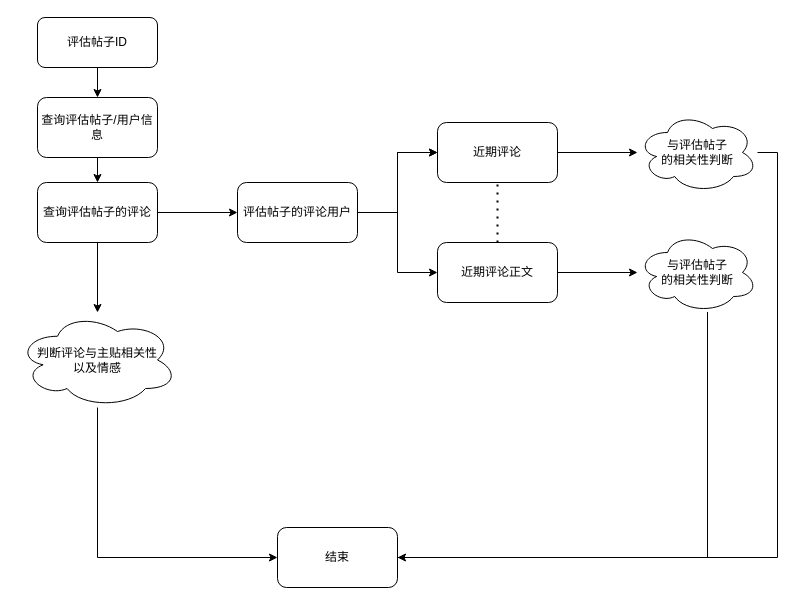
LLwill/drow.io keeps this draw.io diagram as file/Untitled Diagram.drawio. Above is the earlier version. Source tidied: cells renumbered, new cells numbered last; positions are measured from the earlier drawing's top-left corner, leaving out a move shared by most shapes. Both pictures are drawn from the tidied source at 100%, with x=0, y=0 at pixel (17, 17).
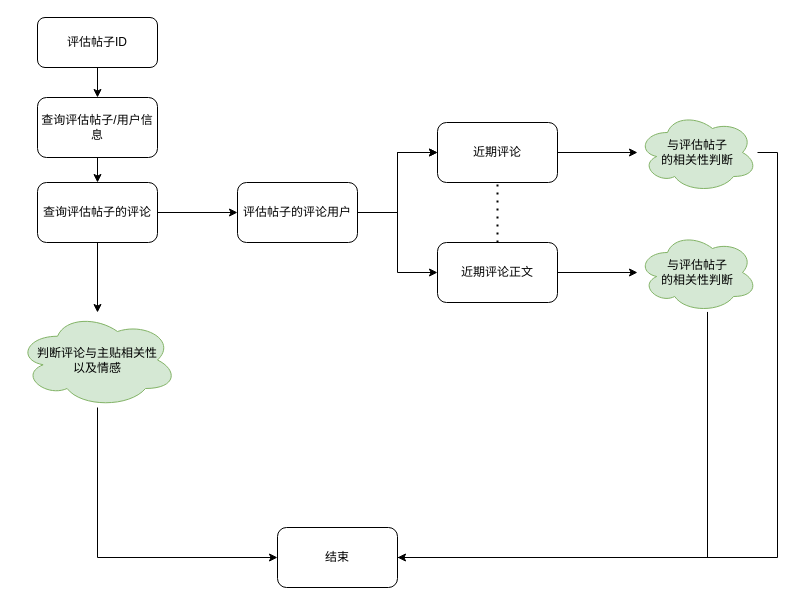
The same diagram, later.

What changed in the source:
```diff
@@
-    <mxCell id="8" value="判断评论与主贴相关性&lt;br&gt;以及情感" style="ellipse;shape=cloud;whiteSpace=wrap;html=1;rounded=1;" parent="1" vertex="1">
+    <mxCell id="8" value="判断评论与主贴相关性&lt;br&gt;以及情感" style="ellipse;shape=cloud;whiteSpace=wrap;html=1;rounded=1;fillColor=#d5e8d4;strokeColor=#82b366;" parent="1" vertex="1">
       <mxGeometry y="295" width="160" height="95" as="geometry" />
     </mxCell>
@@
-    <mxCell id="18" value="与评估帖子&lt;br&gt;的相关性判断" style="ellipse;shape=cloud;whiteSpace=wrap;html=1;rounded=1;" parent="1" vertex="1">
+    <mxCell id="18" value="与评估帖子&lt;br&gt;的相关性判断" style="ellipse;shape=cloud;whiteSpace=wrap;html=1;rounded=1;fillColor=#d5e8d4;strokeColor=#82b366;" parent="1" vertex="1">
       <mxGeometry x="620" y="95" width="120" height="80" as="geometry" />
     </mxCell>
@@
-    <mxCell id="21" value="与评估帖子&lt;br style=&quot;border-color: var(--border-color);&quot;&gt;的相关性判断" style="ellipse;shape=cloud;whiteSpace=wrap;html=1;rounded=1;" parent="1" vertex="1">
+    <mxCell id="21" value="与评估帖子&lt;br style=&quot;border-color: var(--border-color);&quot;&gt;的相关性判断" style="ellipse;shape=cloud;whiteSpace=wrap;html=1;rounded=1;fillColor=#d5e8d4;strokeColor=#82b366;" parent="1" vertex="1">
       <mxGeometry x="620" y="215" width="120" height="80" as="geometry" />
     </mxCell>
```
